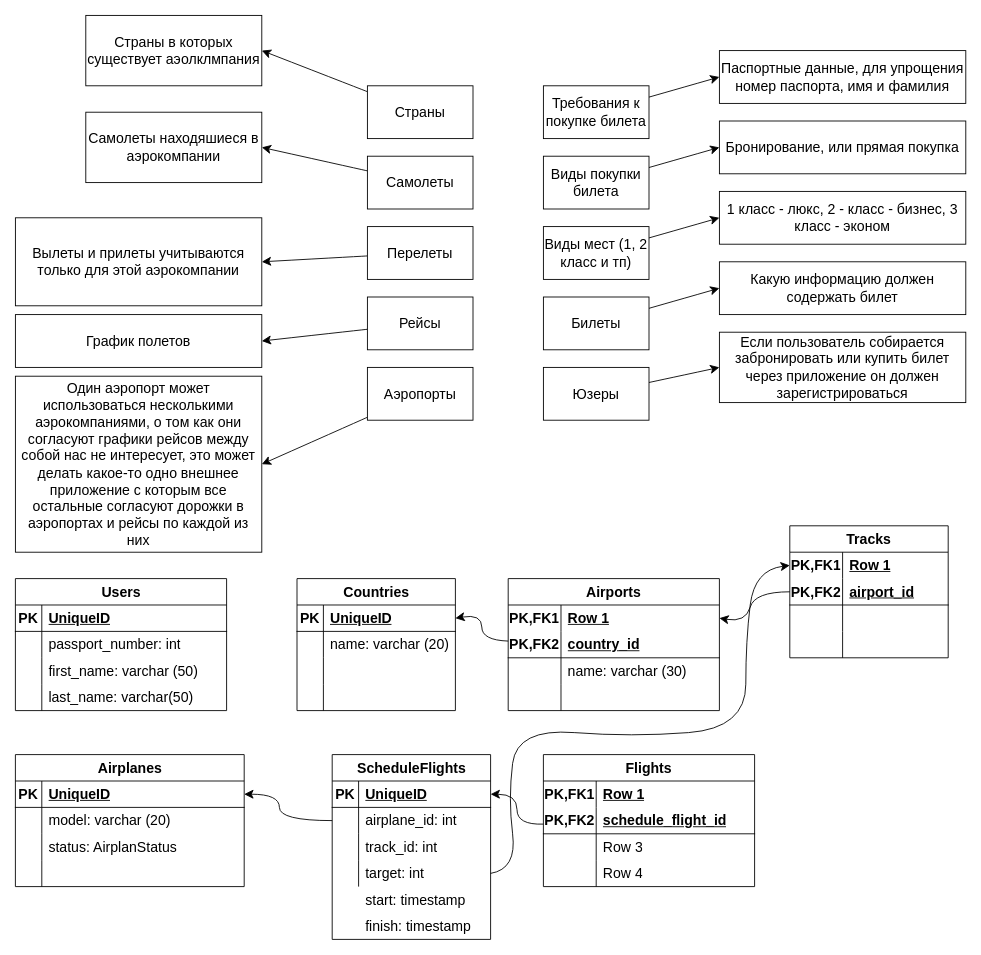
Earlier version of the draw.io diagram Aэрокомпания.drawio (KmvRoman/Diagrams). Source tidied: cells renumbered, new cells numbered last; positions are measured from the earlier drawing's top-left corner, leaving out a move shared by most shapes. Both pictures are drawn from the tidied source at 88%, with x=0, y=0 at pixel (15, 15).
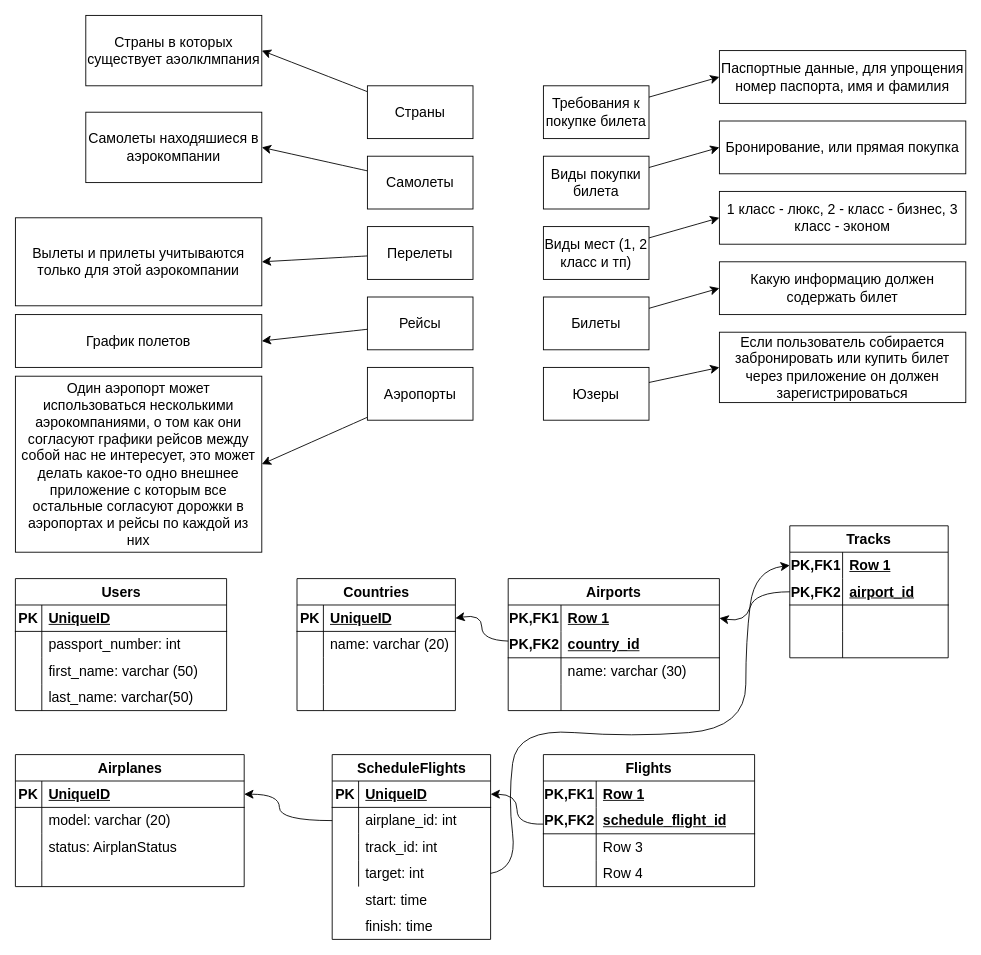
Above is the later version.

The edit, as a diff of the source:
```diff
@@
-    <mxCell id="113" value="start: timestamp" style="shape=partialRectangle;fillColor=none;top=0;left=0;bottom=0;right=0;align=left;spacingLeft=6;overflow=hidden;whiteSpace=wrap;html=1;fontSize=16;" parent="1" vertex="1">
+    <mxCell id="113" value="start: time" style="shape=partialRectangle;fillColor=none;top=0;left=0;bottom=0;right=0;align=left;spacingLeft=6;overflow=hidden;whiteSpace=wrap;html=1;fontSize=16;" parent="1" vertex="1">
       <mxGeometry x="390" y="990" width="150" height="30" as="geometry" />
     </mxCell>
-    <mxCell id="114" value="finish: timestamp" style="shape=partialRectangle;fillColor=none;top=0;left=0;bottom=0;right=0;align=left;spacingLeft=6;overflow=hidden;whiteSpace=wrap;html=1;fontSize=16;" parent="1" vertex="1">
+    <mxCell id="114" value="finish: time" style="shape=partialRectangle;fillColor=none;top=0;left=0;bottom=0;right=0;align=left;spacingLeft=6;overflow=hidden;whiteSpace=wrap;html=1;fontSize=16;" parent="1" vertex="1">
       <mxGeometry x="390" y="1020" width="150" height="30" as="geometry" />
     </mxCell>
```
